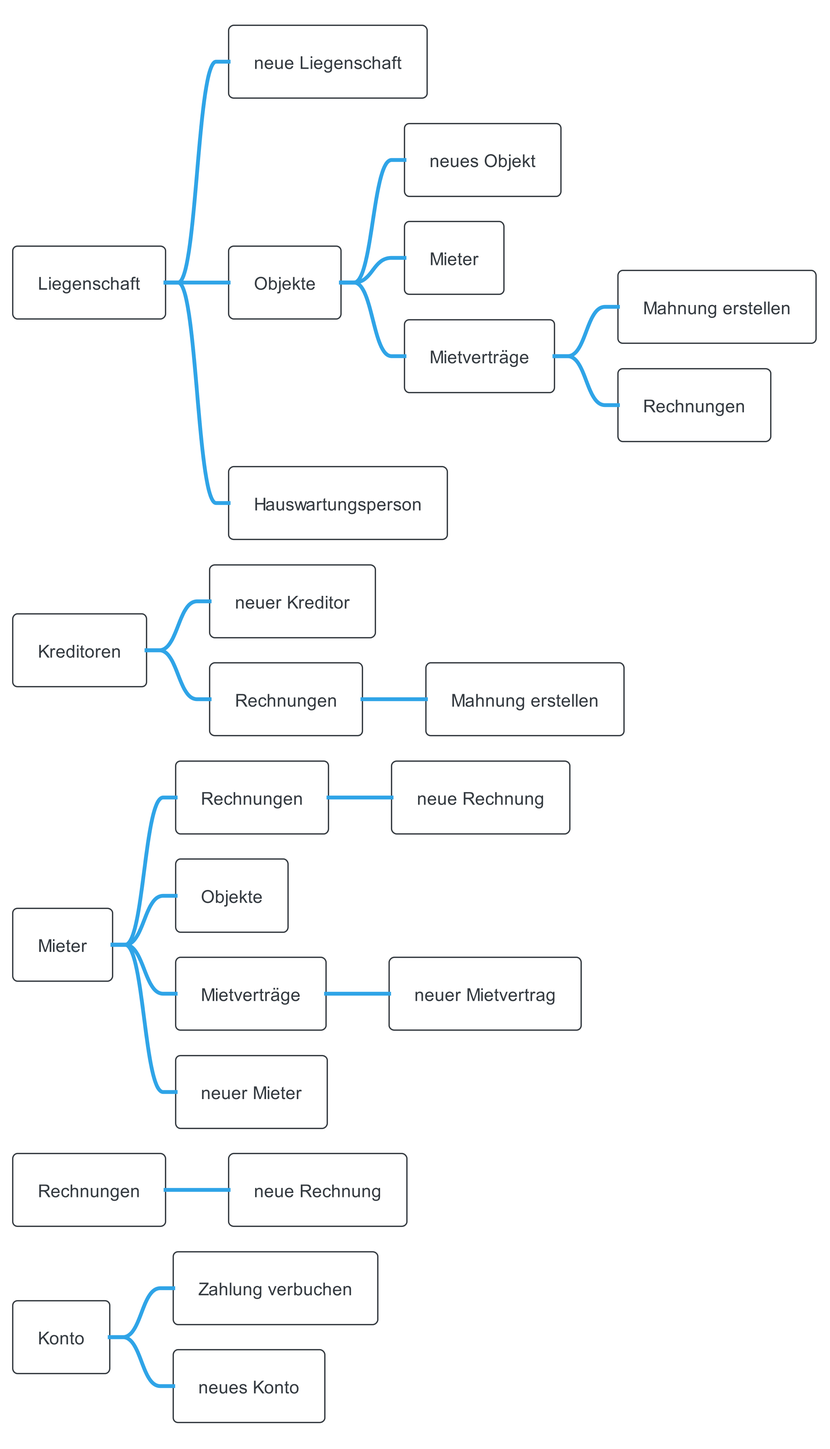
Earlier version of the PlantUML export docs/content/diagrams/out/guiMap/GuiMindMAp.png (sirtheta/ImmoGlobal_Semesterarbeit).
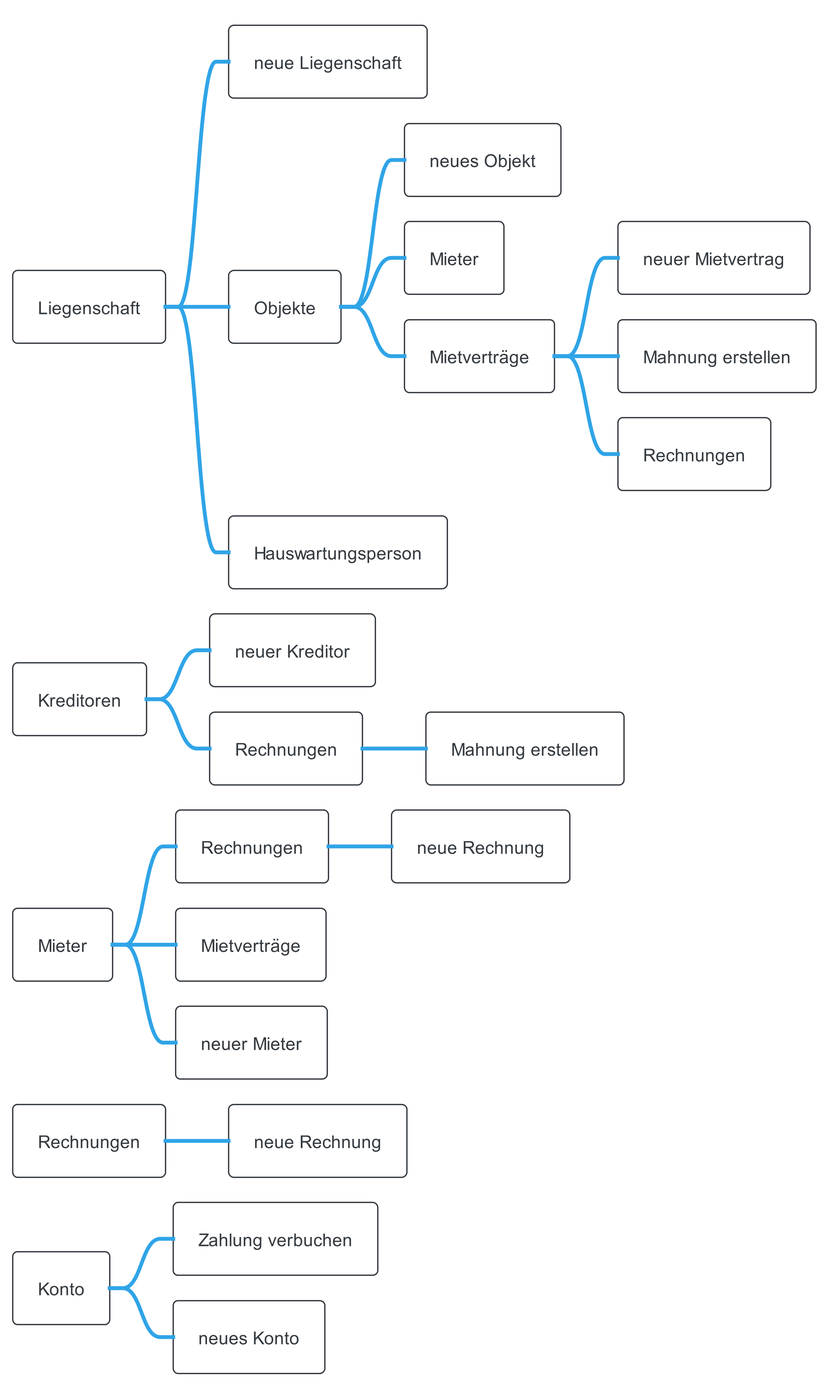
The same diagram one commit later.

What changed in the source:
```diff
@@ -7,6 +7,7 @@
 *** neues Objekt
 *** Mieter
 *** Mietverträge
+**** neuer Mietvertrag
 **** Mahnung erstellen
 **** Rechnungen
 ** Hauswartungsperson
@@ -19,9 +20,7 @@
 * Mieter
 ** Rechnungen
 *** neue Rechnung
-** Objekte
 ** Mietverträge
-*** neuer Mietvertrag
 ** neuer Mieter
 
 * Rechnungen
```
